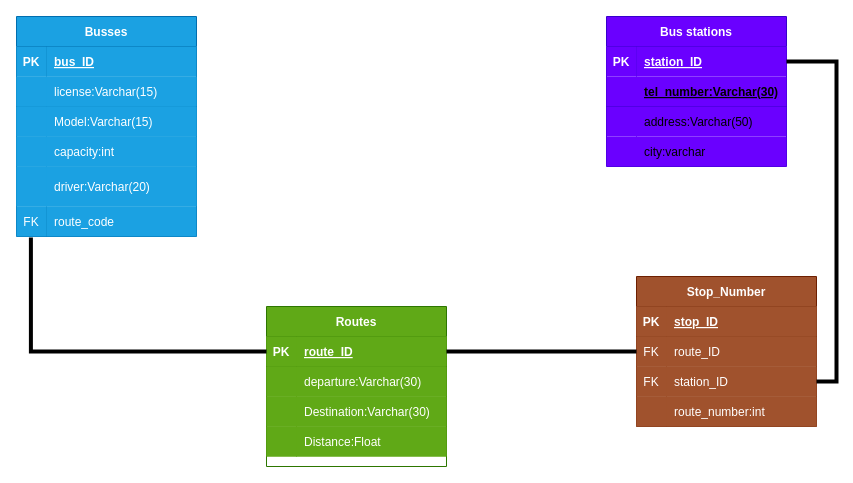
Earlier version of the draw.io diagram page "Page-4" (4 of 4) of diagrams.drawio (5elami/mysqlday2MS). Source tidied: cells renumbered, new cells numbered last; positions are measured from the earlier drawing's top-left corner, leaving out a move shared by most shapes. Both pictures are drawn from the tidied source at 100%, with x=0, y=0 at pixel (16, 16).
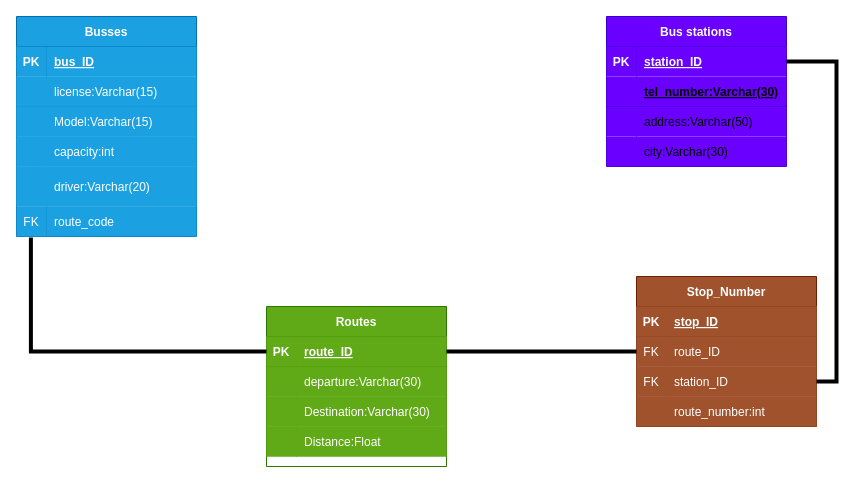
Above is the later version.

The change refers to these unchanged cells:
```xml
<mxCell id="44" style="shape=partialRectangle;fillColor=#6a00ff;top=0;left=0;bottom=0;right=0;strokeColor=#3700CC;fontColor=#ffffff;" parent="34" vertex="1">
  <mxGeometry y="120" width="180" height="30" as="geometry" />
</mxCell>
```

What changed in the source:
```diff
@@
-    <mxCell id="46" value="city:varchar" style="shape=partialRectangle;fillColor=none;top=0;left=0;bottom=0;right=0;align=left;spacingLeft=6;overflow=hidden;" parent="44" vertex="1">
+    <mxCell id="46" value="city:Varchar(30)" style="shape=partialRectangle;fillColor=none;top=0;left=0;bottom=0;right=0;align=left;spacingLeft=6;overflow=hidden;" parent="44" vertex="1">
       <mxGeometry x="30" width="150" height="30" as="geometry" />
     </mxCell>
```
